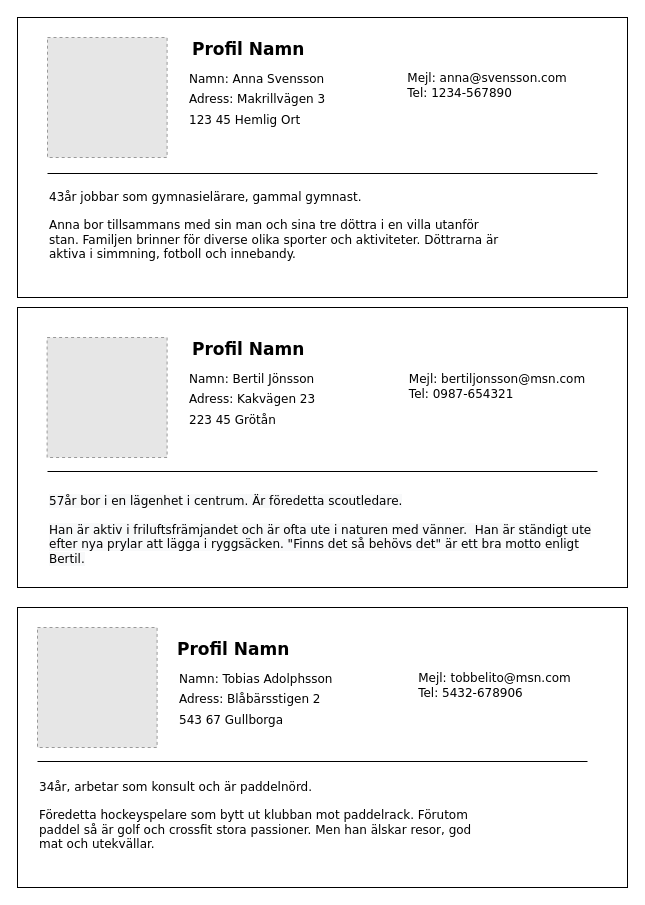
This is page "Page-1" (1 of 4) of granssnittsdesign/inlamning/inlamning.drawio from Navaas/WEB-2108, a draw.io file, before an edit. Source tidied: cells renumbered, new cells numbered last; positions are measured from the earlier drawing's top-left corner, leaving out a move shared by most shapes. Both pictures are drawn from the tidied source at 100%, with x=0, y=0 at pixel (17, 17). Pictures stored in the file or linked from it are replaced by grey dashed boxes.
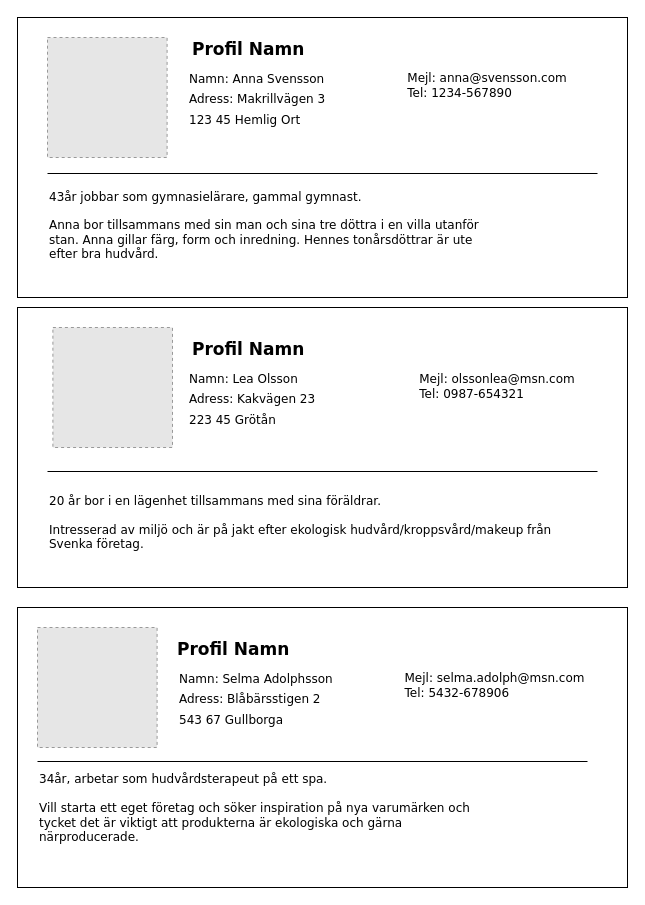
The same page after the edit.

Diff of the diagram source:
```diff
@@
-    <mxCell id="8" value="43år jobbar som gymnasielärare, gammal gymnast.&lt;br&gt;&lt;br&gt;Anna bor tillsammans med sin man och sina tre döttra i en villa utanför stan. Familjen brinner för diverse olika sporter och aktiviteter. Döttrarna är aktiva i simmning, fotboll och innebandy." style="text;html=1;strokeColor=none;fillColor=none;align=left;verticalAlign=middle;whiteSpace=wrap;rounded=0;fontFamily=Verdana;fontSize=12;" parent="1" vertex="1">
+    <mxCell id="8" value="43år jobbar som gymnasielärare, gammal gymnast.&lt;br&gt;&lt;br&gt;Anna bor tillsammans med sin man och sina tre döttra i en villa utanför stan. Anna gillar färg, form och inredning. Hennes tonårsdöttrar är ute efter bra hudvård." style="text;html=1;strokeColor=none;fillColor=none;align=left;verticalAlign=middle;whiteSpace=wrap;rounded=0;fontFamily=Verdana;fontSize=12;" parent="1" vertex="1">
       <mxGeometry x="30" y="135" width="455" height="145" as="geometry" />
     </mxCell>
@@
-    <mxCell id="11" style="fillColor=#E6E6E6;strokeColor=#999999;dashed=1;verticalLabelPosition=bottom;labelBackgroundColor=#ffffff;verticalAlign=top;" parent="1" vertex="1">
-      <mxGeometry x="29.6" y="320" width="120" height="120" as="geometry" />
-    </mxCell>
@@
-    <mxCell id="13" value="&lt;font style=&quot;font-size: 12px&quot;&gt;Namn: Bertil Jönsson&lt;br&gt;Adress: Kakvägen 23&lt;br&gt;223 45 Grötån&lt;br&gt;&lt;/font&gt;" style="text;html=1;strokeColor=none;fillColor=none;align=left;verticalAlign=middle;whiteSpace=wrap;rounded=0;fontFamily=Verdana;fontSize=17;" parent="1" vertex="1">
+    <mxCell id="13" value="&lt;font style=&quot;font-size: 12px&quot;&gt;Namn: Lea Olsson&lt;br&gt;Adress: Kakvägen 23&lt;br&gt;223 45 Grötån&lt;br&gt;&lt;/font&gt;" style="text;html=1;strokeColor=none;fillColor=none;align=left;verticalAlign=middle;whiteSpace=wrap;rounded=0;fontFamily=Verdana;fontSize=17;" parent="1" vertex="1">
       <mxGeometry x="170" y="350" width="230" height="60" as="geometry" />
     </mxCell>
-    <mxCell id="14" value="Mejl: bertiljonsson@msn.com&lt;br&gt;&lt;div style=&quot;text-align: left&quot;&gt;&lt;span&gt;Tel: 0987-654321&lt;/span&gt;&lt;/div&gt;" style="text;html=1;strokeColor=none;fillColor=none;align=center;verticalAlign=middle;whiteSpace=wrap;rounded=0;fontFamily=Verdana;fontSize=12;" parent="1" vertex="1">
+    <mxCell id="14" value="Mejl: olssonlea@msn.com&lt;br&gt;&lt;div style=&quot;text-align: left&quot;&gt;&lt;span&gt;Tel: 0987-654321&lt;/span&gt;&lt;/div&gt;" style="text;html=1;strokeColor=none;fillColor=none;align=center;verticalAlign=middle;whiteSpace=wrap;rounded=0;fontFamily=Verdana;fontSize=12;" parent="1" vertex="1">
       <mxGeometry x="370" y="344" width="220" height="50" as="geometry" />
     </mxCell>
@@
-    <mxCell id="16" value="&lt;span style=&quot;color: rgb(0, 0, 0); font-family: verdana; font-size: 12px; font-style: normal; font-weight: 400; letter-spacing: normal; text-align: left; text-indent: 0px; text-transform: none; word-spacing: 0px; background-color: rgb(248, 249, 250); display: inline; float: none;&quot;&gt;57år bor i en lägenhet i centrum. Är föredetta scoutledare.&lt;/span&gt;&lt;br style=&quot;color: rgb(0, 0, 0); font-family: verdana; font-size: 12px; font-style: normal; font-weight: 400; letter-spacing: normal; text-align: left; text-indent: 0px; text-transform: none; word-spacing: 0px; background-color: rgb(248, 249, 250);&quot;&gt;&lt;br style=&quot;color: rgb(0, 0, 0); font-family: verdana; font-size: 12px; font-style: normal; font-weight: 400; letter-spacing: normal; text-align: left; text-indent: 0px; text-transform: none; word-spacing: 0px; background-color: rgb(248, 249, 250);&quot;&gt;&lt;span style=&quot;color: rgb(0, 0, 0); font-family: verdana; font-size: 12px; font-style: normal; font-weight: 400; letter-spacing: normal; text-align: left; text-indent: 0px; text-transform: none; word-spacing: 0px; background-color: rgb(248, 249, 250); display: inline; float: none;&quot;&gt;Han är aktiv i friluftsfrämjandet och är ofta ute i naturen med vänner.&amp;nbsp; Han är ständigt ute efter nya prylar att lägga i ryggsäcken. &quot;Finns det så behövs det&quot; är ett bra motto enligt Bertil.&lt;/span&gt;" style="text;whiteSpace=wrap;html=1;fontSize=12;fontFamily=Verdana;" parent="1" vertex="1">
+    <mxCell id="16" value="&lt;font face=&quot;verdana&quot;&gt;20 år bor i en lägenhet tillsammans med sina föräldrar.&lt;br&gt;&lt;/font&gt;&lt;br&gt;Intresserad av miljö och är på jakt efter ekologisk hudvård/kroppsvård/makeup från Svenka företag." style="text;whiteSpace=wrap;html=1;fontSize=12;fontFamily=Verdana;" parent="1" vertex="1">
       <mxGeometry x="29.6" y="470" width="550" height="90" as="geometry" />
     </mxCell>
@@
-    <mxCell id="19" value="&lt;font style=&quot;font-size: 12px&quot;&gt;Namn: Tobias Adolphsson&lt;br&gt;Adress: Blåbärsstigen 2&lt;br&gt;543 67 Gullborga&lt;br&gt;&lt;/font&gt;" style="text;html=1;strokeColor=none;fillColor=none;align=left;verticalAlign=middle;whiteSpace=wrap;rounded=0;fontFamily=Verdana;fontSize=17;" parent="1" vertex="1">
+    <mxCell id="19" value="&lt;font style=&quot;font-size: 12px&quot;&gt;Namn: Selma Adolphsson&lt;br&gt;Adress: Blåbärsstigen 2&lt;br&gt;543 67 Gullborga&lt;br&gt;&lt;/font&gt;" style="text;html=1;strokeColor=none;fillColor=none;align=left;verticalAlign=middle;whiteSpace=wrap;rounded=0;fontFamily=Verdana;fontSize=17;" parent="1" vertex="1">
       <mxGeometry x="160" y="650" width="230" height="60" as="geometry" />
     </mxCell>
-    <mxCell id="20" value="Mejl: tobbelito@msn.com&lt;br&gt;&lt;div style=&quot;text-align: left&quot;&gt;&lt;span&gt;Tel: 5432-678906&lt;/span&gt;&lt;/div&gt;" style="text;html=1;strokeColor=none;fillColor=none;align=center;verticalAlign=middle;whiteSpace=wrap;rounded=0;fontFamily=Verdana;fontSize=12;" parent="1" vertex="1">
+    <mxCell id="20" value="Mejl: selma.adolph@msn.com&lt;br&gt;&lt;div style=&quot;text-align: left&quot;&gt;&lt;span&gt;Tel: 5432-678906&lt;/span&gt;&lt;/div&gt;" style="text;html=1;strokeColor=none;fillColor=none;align=center;verticalAlign=middle;whiteSpace=wrap;rounded=0;fontFamily=Verdana;fontSize=12;" parent="1" vertex="1">
       <mxGeometry x="377" y="643" width="200.6" height="50" as="geometry" />
     </mxCell>
@@
-    <mxCell id="22" value="34år, arbetar som konsult och är paddelnörd.&lt;br&gt;&lt;br&gt;Föredetta hockeyspelare som bytt ut klubban mot paddelrack. Förutom paddel så är golf och crossfit stora passioner. Men han älskar resor, god mat och utekvällar." style="text;html=1;strokeColor=none;fillColor=none;align=left;verticalAlign=middle;whiteSpace=wrap;rounded=0;fontFamily=Verdana;fontSize=12;" parent="1" vertex="1">
+    <mxCell id="22" value="34år, arbetar som hudvårdsterapeut på ett spa.&lt;br&gt;&lt;br&gt;Vill starta ett eget företag och söker inspiration på nya varumärken och tycket det är viktigt att produkterna är ekologiska och gärna närproducerade.&lt;br&gt;&lt;br&gt;" style="text;html=1;strokeColor=none;fillColor=none;align=left;verticalAlign=middle;whiteSpace=wrap;rounded=0;fontFamily=Verdana;fontSize=12;" parent="1" vertex="1">
       <mxGeometry x="20" y="725" width="455" height="145" as="geometry" />
     </mxCell>
+    <mxCell id="23" style="fillColor=#E6E6E6;strokeColor=#999999;dashed=1;verticalLabelPosition=bottom;labelBackgroundColor=#ffffff;verticalAlign=top;" parent="1" vertex="1">
+      <mxGeometry x="35.4" y="310" width="119.6" height="120" as="geometry" />
+    </mxCell>
```
